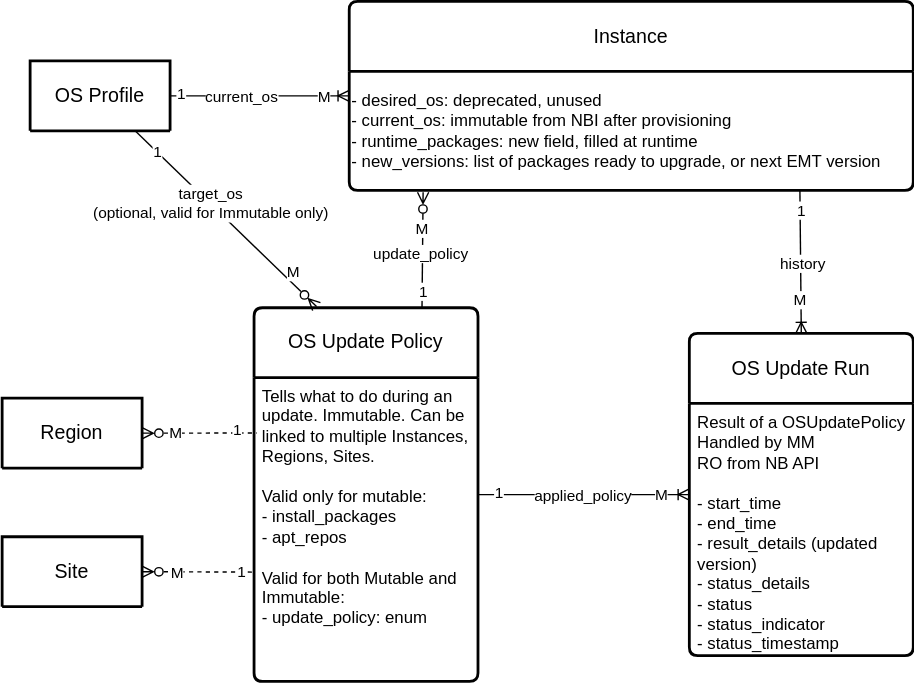
open-edge-platform/edge-manageability-framework keeps this draw.io diagram as design-proposals/schema_day2_changes.drawio.svg. Above is the earlier version. Source tidied: cells renumbered, new cells last; positions are measured from the earlier drawing's top-left corner, leaving out a move shared by most shapes.
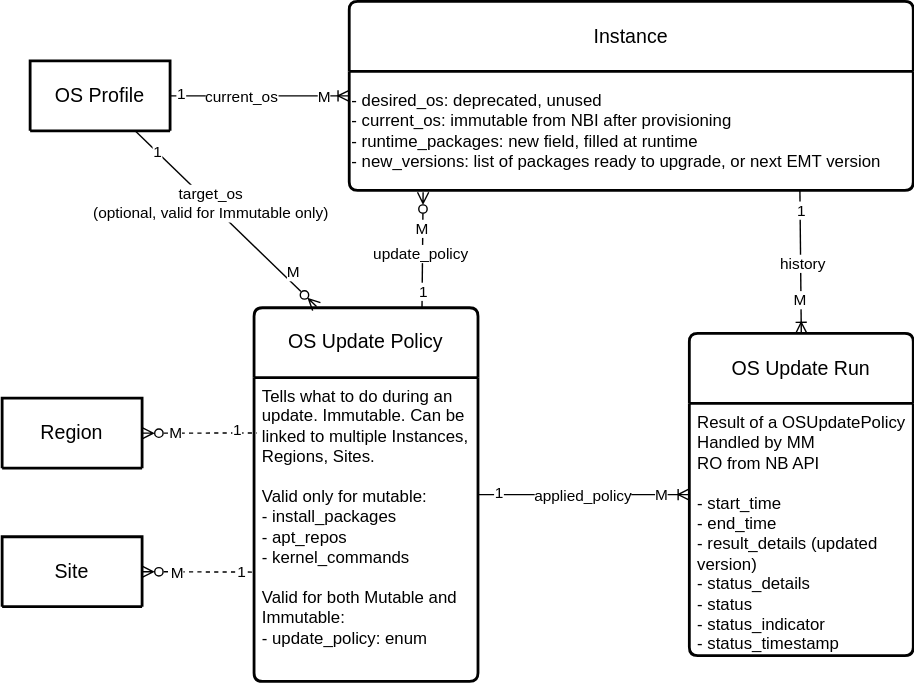
After the commit.

Commit message:
Add migration plan and idea for OSProfile support

Change to the diagram source:
```diff
@@ -30,7 +30,7 @@
     <mxCell id="9" value="OS Update Policy" style="swimlane;horizontal=1;startSize=50;rounded=1;fontSize=14;fontStyle=0;strokeWidth=2;shadow=0;dashed=0;align=center;arcSize=4;whiteSpace=wrap;html=1;" parent="1" vertex="1">
       <mxGeometry x="180" y="218.4" width="160" height="267" as="geometry" />
     </mxCell>
-    <mxCell id="10" value="Tells what to do during an update. Immutable. Can be linked to multiple Instances, Regions, Sites.&lt;div&gt;&lt;br&gt;&lt;/div&gt;&lt;div&gt;Valid only for mutable:&lt;/div&gt;&lt;div&gt;- install_packages&lt;/div&gt;&lt;div&gt;- apt_repos&lt;br&gt;&lt;br&gt;&lt;/div&gt;&lt;div&gt;Valid for both Mutable and Immutable:&lt;/div&gt;&lt;div&gt;- update_policy: enum&lt;/div&gt;" style="align=left;strokeColor=none;fillColor=none;spacingLeft=4;spacingRight=4;fontSize=12;verticalAlign=top;html=1;whiteSpace=wrap;" parent="9" vertex="1">
+    <mxCell id="10" value="Tells what to do during an update. Immutable. Can be linked to multiple Instances, Regions, Sites.&lt;div&gt;&lt;br&gt;&lt;/div&gt;&lt;div&gt;Valid only for mutable:&lt;/div&gt;&lt;div&gt;- install_packages&lt;/div&gt;&lt;div&gt;- apt_repos&lt;/div&gt;&lt;div&gt;- kernel_commands&lt;br&gt;&lt;br&gt;&lt;/div&gt;&lt;div&gt;Valid for both Mutable and Immutable:&lt;/div&gt;&lt;div&gt;- update_policy: enum&lt;/div&gt;" style="align=left;strokeColor=none;fillColor=none;spacingLeft=4;spacingRight=4;fontSize=12;verticalAlign=top;html=1;whiteSpace=wrap;" parent="9" vertex="1">
       <mxGeometry y="50" width="160" height="217" as="geometry" />
     </mxCell>
     <mxCell id="11" value="OS Update Run" style="swimlane;horizontal=1;startSize=50;rounded=1;fontSize=14;fontStyle=0;strokeWidth=2;shadow=0;dashed=0;align=center;arcSize=4;whiteSpace=wrap;html=1;" parent="1" vertex="1">
```
